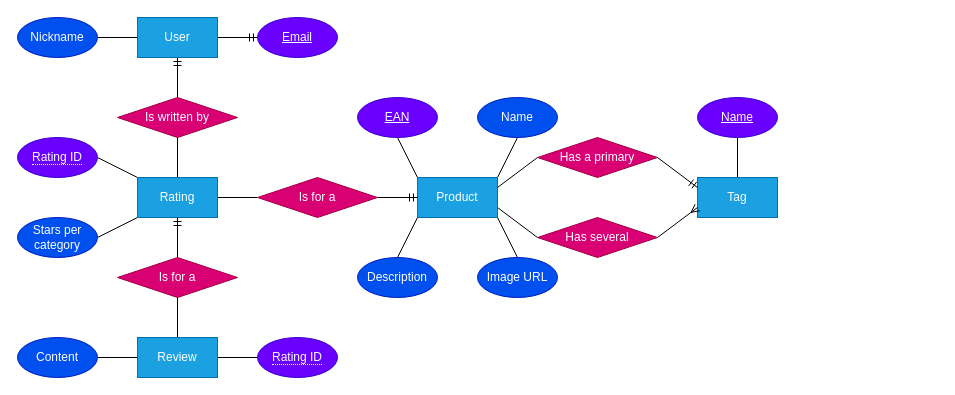
sigve10/Grocy keeps this draw.io diagram as entity_diagram.drawio. Above is the earlier version. Source tidied: cells renumbered, new cells numbered last; positions are measured from the earlier drawing's top-left corner, leaving out a move shared by most shapes. Both pictures are drawn from the tidied source at 100%, with x=0, y=0 at pixel (17, 17).
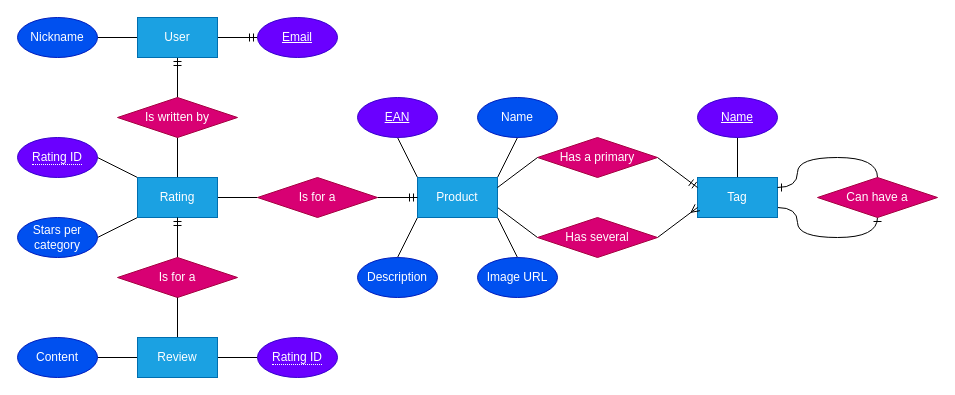
Above is the later version.

Commit message (it also covers changes not shown here):
Updated diagrams to reflect primary tags

Unchanged cells that the change refers to:
```xml
<mxCell id="13" value="Tag" style="whiteSpace=wrap;html=1;align=center;fillColor=#1ba1e2;fontColor=#ffffff;strokeColor=#006EAF;" parent="1" vertex="1">
  <mxGeometry x="680" y="160" width="80" height="40" as="geometry" />
</mxCell>
```

The edit, as a diff of the source:
```diff
@@
+    <mxCell id="44" style="edgeStyle=orthogonalEdgeStyle;curved=1;html=1;exitX=1;exitY=0.75;exitDx=0;exitDy=0;entryX=0.5;entryY=1;entryDx=0;entryDy=0;endArrow=ERone;endFill=0;" parent="1" edge="1" source="13" target="46">
+      <mxGeometry relative="1" as="geometry">
+        <Array as="points">
+          <mxPoint x="780" y="190" />
+          <mxPoint x="780" y="220" />
+          <mxPoint x="860" y="220" />
+        </Array>
+      </mxGeometry>
+    </mxCell>
@@
+    <mxCell id="45" style="edgeStyle=orthogonalEdgeStyle;curved=1;html=1;exitX=0.5;exitY=0;exitDx=0;exitDy=0;entryX=1;entryY=0.25;entryDx=0;entryDy=0;endArrow=ERone;endFill=0;" parent="1" edge="1" source="46" target="13">
+      <mxGeometry relative="1" as="geometry">
+        <Array as="points">
+          <mxPoint x="860" y="140" />
+          <mxPoint x="780" y="140" />
+          <mxPoint x="780" y="170" />
+        </Array>
+      </mxGeometry>
+    </mxCell>
+    <mxCell id="46" value="Can have a" style="shape=rhombus;perimeter=rhombusPerimeter;whiteSpace=wrap;html=1;align=center;fillColor=#d80073;fontColor=#ffffff;strokeColor=#A50040;" parent="1" vertex="1">
+      <mxGeometry x="800" y="160" width="120" height="40" as="geometry" />
+    </mxCell>
```
